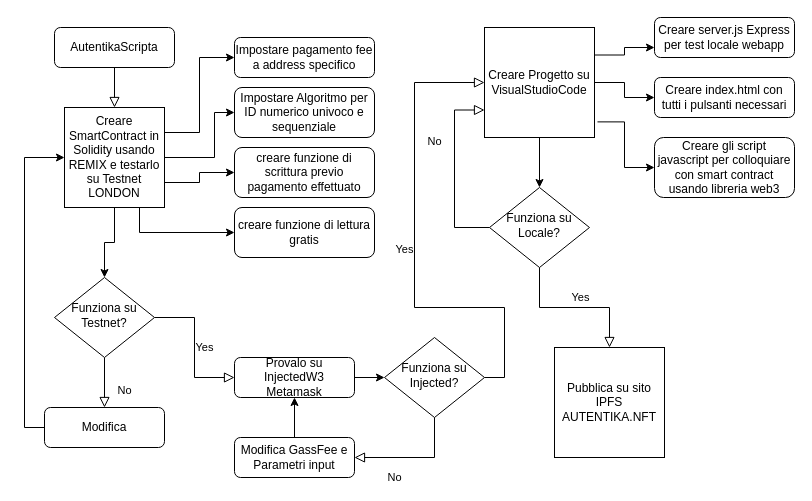
Before: Untitled Diagram.drawio in SmartCorporate/AUTENTIKASCRIPTA, a draw.io diagram. Source tidied: cells renumbered, new cells numbered last; positions are measured from the earlier drawing's top-left corner, leaving out a move shared by most shapes. Both pictures are drawn from the tidied source at 100%, with x=0, y=0 at pixel (44, 17).
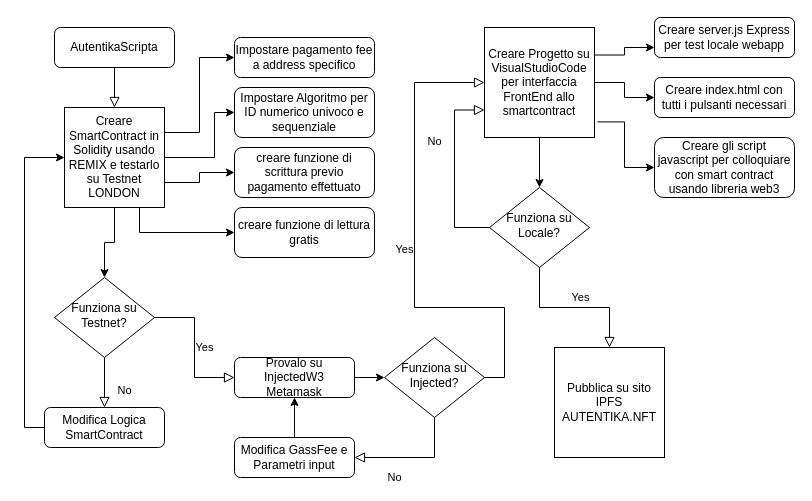
Above is the later version.

Diff of the diagram source:
```diff
@@
-    <mxCell id="9" value="Modifica" style="rounded=1;whiteSpace=wrap;html=1;fontSize=12;glass=0;strokeWidth=1;shadow=0;" parent="1" vertex="1">
+    <mxCell id="9" value="Modifica Logica SmartContract" style="rounded=1;whiteSpace=wrap;html=1;fontSize=12;glass=0;strokeWidth=1;shadow=0;" parent="1" vertex="1">
       <mxGeometry y="390" width="120" height="40" as="geometry" />
     </mxCell>
@@
-    <mxCell id="28" value="Creare Progetto su VisualStudioCode&lt;br&gt;" style="whiteSpace=wrap;html=1;" parent="1" vertex="1">
+    <mxCell id="28" value="Creare Progetto su VisualStudioCode per interfaccia FrontEnd allo smartcontract" style="whiteSpace=wrap;html=1;" parent="1" vertex="1">
       <mxGeometry x="440" y="10" width="110" height="110" as="geometry" />
     </mxCell>
```
